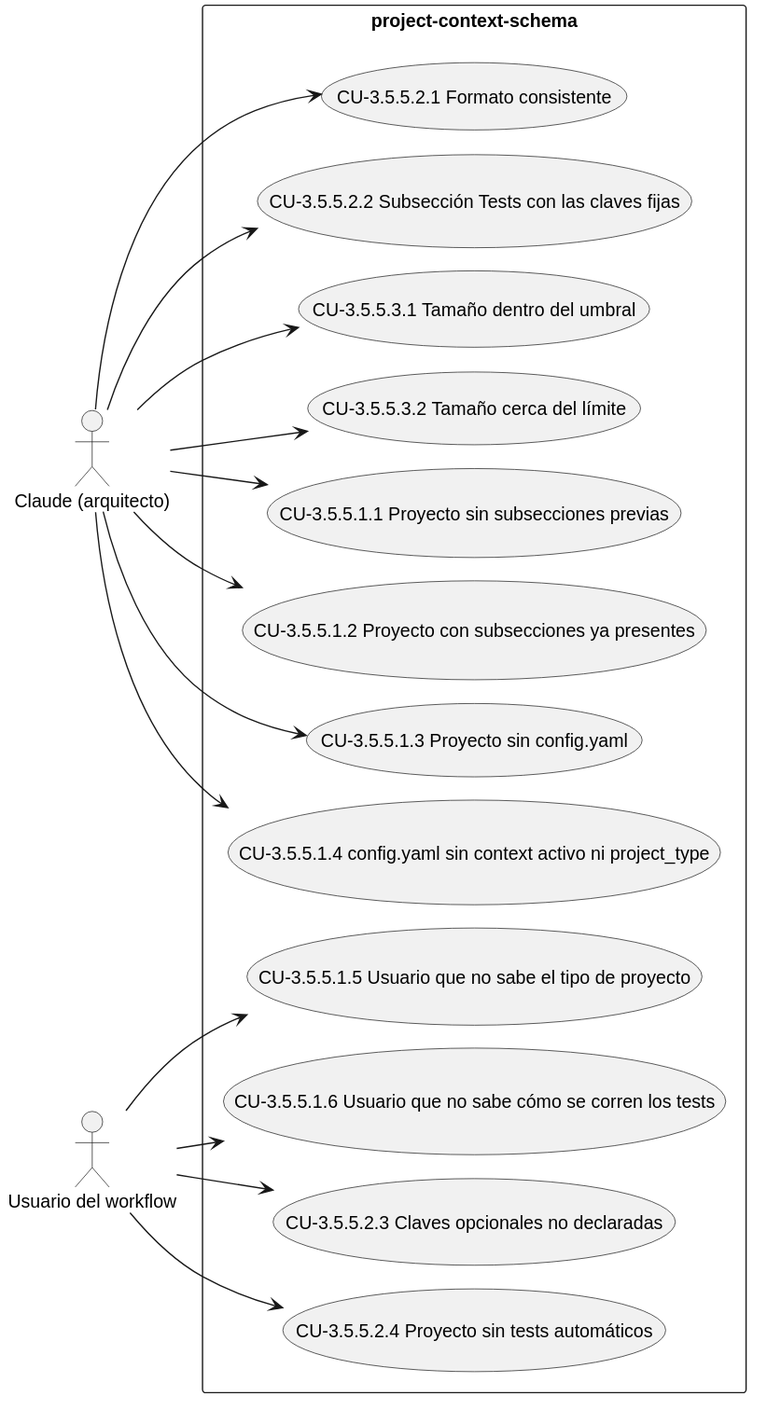
Lautaro-Montecchiani/sdd-global-config keeps this PlantUML diagram as docs/diagramas/CAP-3.5.5.svg. Above is the earlier version. Source of this version:
```plantuml
@startuml
!pragma layout smetana
left to right direction
actor "Claude (arquitecto)" as A1
actor "Usuario del workflow" as A2
rectangle "project-context-schema" {
  usecase "CU-3.5.5.1.1 Proyecto sin subsecciones previas" as UC_3_5_5_1_1
  usecase "CU-3.5.5.1.2 Proyecto con subsecciones ya presentes" as UC_3_5_5_1_2
  usecase "CU-3.5.5.1.3 Proyecto sin config.yaml" as UC_3_5_5_1_3
  usecase "CU-3.5.5.1.4 config.yaml sin context activo ni project_type" as UC_3_5_5_1_4
  usecase "CU-3.5.5.1.5 Usuario que no sabe el tipo de proyecto" as UC_3_5_5_1_5
  usecase "CU-3.5.5.1.6 Usuario que no sabe cómo se corren los tests" as UC_3_5_5_1_6
  usecase "CU-3.5.5.2.1 Formato consistente" as UC_3_5_5_2_1
  usecase "CU-3.5.5.2.2 Subsección Tests con las claves fijas" as UC_3_5_5_2_2
  usecase "CU-3.5.5.2.3 Claves opcionales no declaradas" as UC_3_5_5_2_3
  usecase "CU-3.5.5.2.4 Proyecto sin tests automáticos" as UC_3_5_5_2_4
  usecase "CU-3.5.5.3.1 Tamaño dentro del umbral" as UC_3_5_5_3_1
  usecase "CU-3.5.5.3.2 Tamaño cerca del límite" as UC_3_5_5_3_2
}
A1 --> UC_3_5_5_1_1
A1 --> UC_3_5_5_1_2
A1 --> UC_3_5_5_1_3
A1 --> UC_3_5_5_1_4
A2 --> UC_3_5_5_1_5
A2 --> UC_3_5_5_1_6
A1 --> UC_3_5_5_2_1
A1 --> UC_3_5_5_2_2
A2 --> UC_3_5_5_2_3
A2 --> UC_3_5_5_2_4
A1 --> UC_3_5_5_3_1
A1 --> UC_3_5_5_3_2
@enduml
```
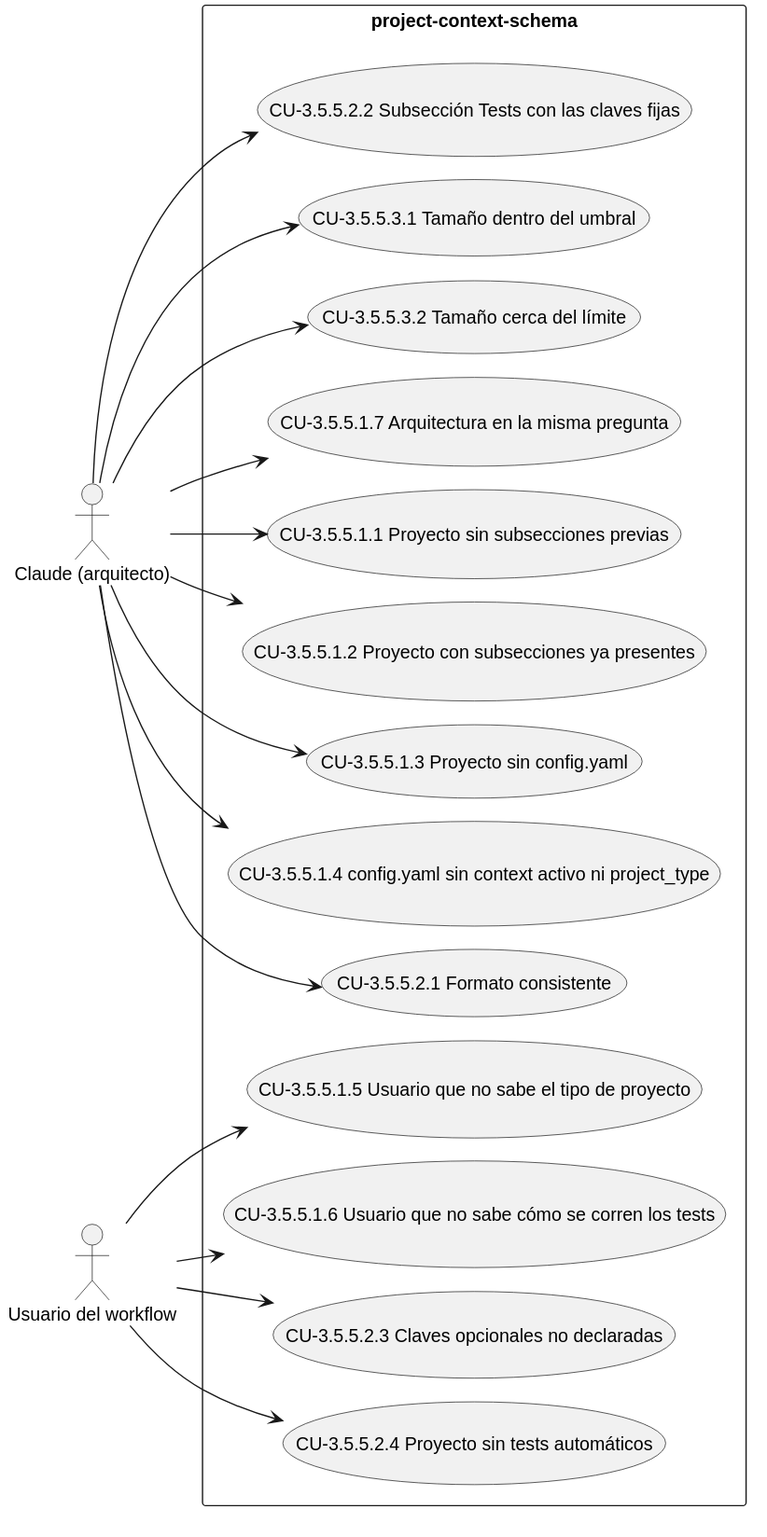
The same diagram one commit later.

The edit, as a diff of the source:
```diff
@@ -16,6 +16,7 @@
   usecase "CU-3.5.5.2.4 Proyecto sin tests automáticos" as UC_3_5_5_2_4
   usecase "CU-3.5.5.3.1 Tamaño dentro del umbral" as UC_3_5_5_3_1
   usecase "CU-3.5.5.3.2 Tamaño cerca del límite" as UC_3_5_5_3_2
+  usecase "CU-3.5.5.1.7 Arquitectura en la misma pregunta" as UC_3_5_5_1_7
 }
 A1 --> UC_3_5_5_1_1
 A1 --> UC_3_5_5_1_2
@@ -29,4 +30,5 @@
 A2 --> UC_3_5_5_2_4
 A1 --> UC_3_5_5_3_1
 A1 --> UC_3_5_5_3_2
+A1 --> UC_3_5_5_1_7
 @enduml
```
